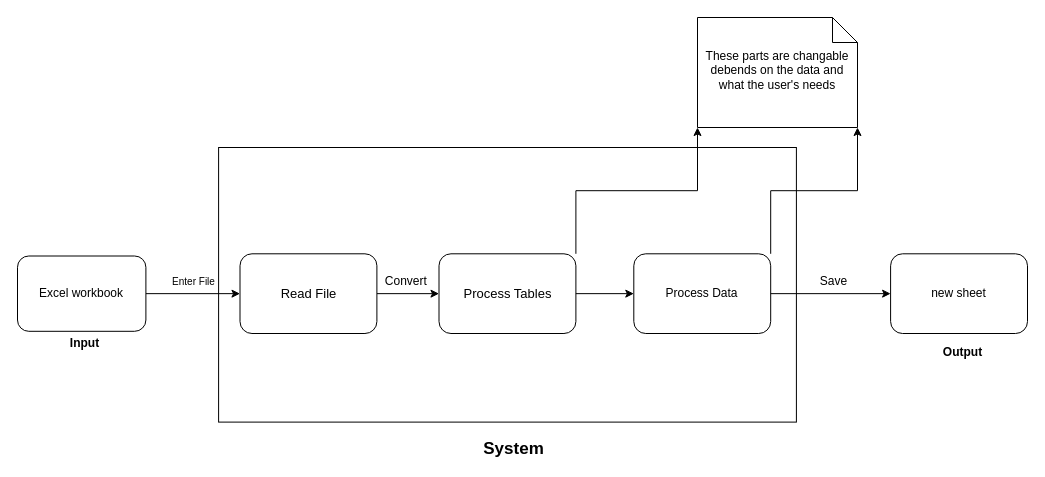
Above: UMLs/Excel_Program_Class_Diagram.drawio in M7MDSG76/Enrollment-Automation-Program-EAP- (draw.io), before the change. Source tidied: cells renumbered, new cells numbered last; positions are measured from the earlier drawing's top-left corner, leaving out a move shared by most shapes. Both pictures are drawn from the tidied source at 100%, with x=0, y=0 at pixel (17, 17).
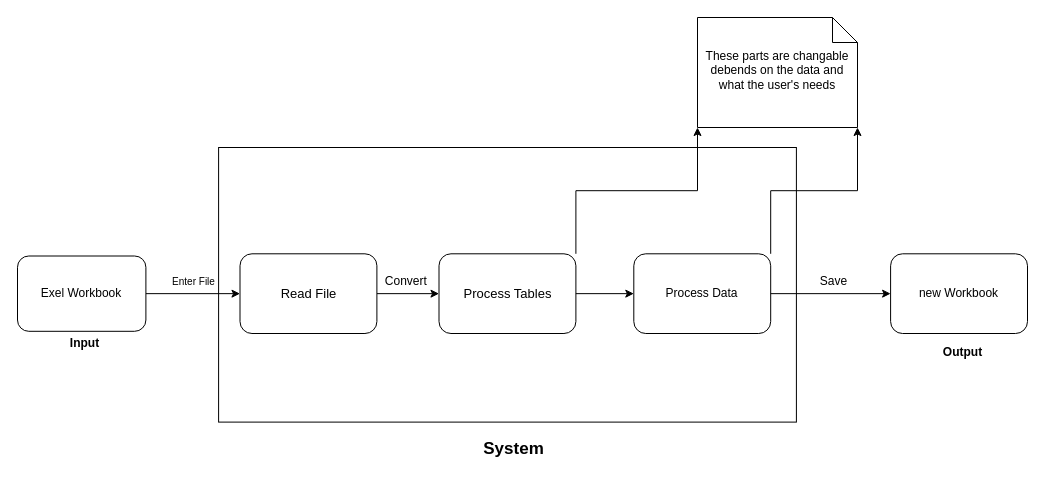
Above is the later version.

The change refers to these unchanged cells:
```xml
<mxCell id="2" style="group;" parent="1" vertex="1">
  <mxGeometry y="130" width="1010" height="310" as="geometry" />
</mxCell>
```

What changed in the source:
```diff
@@
-    <mxCell id="10" value="Excel workbook" style="rounded=1;whiteSpace=wrap;html=1;" parent="2" vertex="1">
+    <mxCell id="10" value="Exel Workbook" style="rounded=1;whiteSpace=wrap;html=1;" parent="2" vertex="1">
       <mxGeometry y="108.5" width="128.4" height="75.3" as="geometry" />
     </mxCell>
@@
-    <mxCell id="13" value="new sheet" style="rounded=1;whiteSpace=wrap;html=1;" parent="2" vertex="1">
+    <mxCell id="13" value="new Workbook" style="rounded=1;whiteSpace=wrap;html=1;" parent="2" vertex="1">
       <mxGeometry x="873.1" y="106.3" width="136.9" height="79.7" as="geometry" />
     </mxCell>
```
